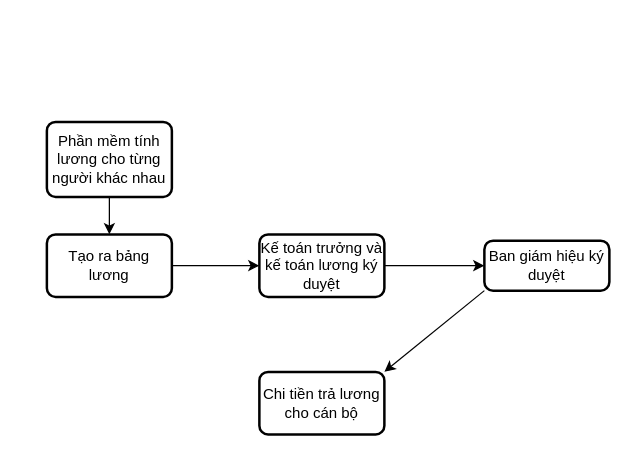
This is Lương.drawio from hype1524/Test, a draw.io file, before an edit. Source tidied: cells renumbered, new cells numbered last; positions are measured from the earlier drawing's top-left corner, leaving out a move shared by most shapes. Both pictures are drawn from the tidied source at 125%, with x=0, y=0 at pixel (46, 121).
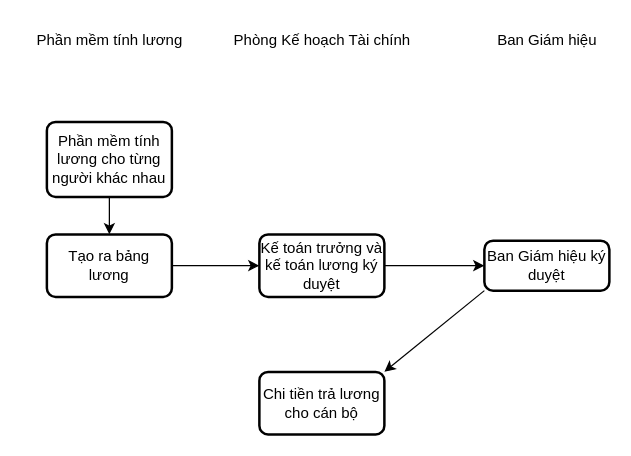
After the change.

Change to the diagram source:
```diff
@@
 <mxGraphModel>
   <root>
     <mxCell id="0" />
     <mxCell id="1" parent="0" />
     <mxCell id="2" value="Phần mềm tính lương cho từng người khác nhau" style="rounded=1;whiteSpace=wrap;html=1;absoluteArcSize=1;arcSize=14;strokeWidth=2;" parent="1" vertex="1">
       <mxGeometry width="100" height="60" as="geometry" />
     </mxCell>
     <mxCell id="3" value="Tạo ra bảng lương" style="rounded=1;whiteSpace=wrap;html=1;absoluteArcSize=1;arcSize=14;strokeWidth=2;" parent="1" vertex="1">
       <mxGeometry y="90" width="100" height="50" as="geometry" />
     </mxCell>
     <mxCell id="4" style="endArrow=classic;html=1;rounded=0;exitX=0.5;exitY=1;exitDx=0;exitDy=0;" parent="1" edge="1" source="2" target="3">
       <mxGeometry relative="1" as="geometry" />
     </mxCell>
-    <mxCell id="5" value="Ban giám hiệu ký duyệt" style="rounded=1;whiteSpace=wrap;html=1;absoluteArcSize=1;arcSize=14;strokeWidth=2;" parent="1" vertex="1">
+    <mxCell id="5" value="Ban Giám hiệu ký duyệt" style="rounded=1;whiteSpace=wrap;html=1;absoluteArcSize=1;arcSize=14;strokeWidth=2;" parent="1" vertex="1">
       <mxGeometry x="350" y="95" width="100" height="40" as="geometry" />
     </mxCell>
     <mxCell id="6" value="Kế toán trưởng và kế toán lương ký duyệt" style="rounded=1;whiteSpace=wrap;html=1;absoluteArcSize=1;arcSize=14;strokeWidth=2;" parent="1" vertex="1">
       <mxGeometry x="170" y="90" width="100" height="50" as="geometry" />
     </mxCell>
     <mxCell id="7" style="endArrow=classic;html=1;rounded=0;exitX=1;exitY=0.5;exitDx=0;exitDy=0;" parent="1" edge="1" source="3" target="6">
       <mxGeometry relative="1" as="geometry" />
     </mxCell>
     <mxCell id="8" style="endArrow=classic;html=1;rounded=0;exitX=1;exitY=0.5;exitDx=0;exitDy=0;entryX=0;entryY=0.5;entryDx=0;entryDy=0;" parent="1" edge="1" source="6" target="5">
       <mxGeometry relative="1" as="geometry" />
     </mxCell>
     <mxCell id="9" value="Chi tiền trả lương cho cán bộ" style="rounded=1;whiteSpace=wrap;html=1;absoluteArcSize=1;arcSize=14;strokeWidth=2;" parent="1" vertex="1">
       <mxGeometry x="170" y="200" width="100" height="50" as="geometry" />
     </mxCell>
     <mxCell id="10" style="endArrow=classic;html=1;rounded=0;exitX=0;exitY=1;exitDx=0;exitDy=0;entryX=1;entryY=0;entryDx=0;entryDy=0;" parent="1" edge="1" source="5" target="9">
       <mxGeometry relative="1" as="geometry" />
     </mxCell>
+    <mxCell id="11" value="Phần mềm tính lương" style="text;html=1;align=center;verticalAlign=middle;strokeColor=none;fillColor=none;" parent="1" vertex="1">
+      <mxGeometry x="-20" y="-80" width="140" height="30" as="geometry" />
+    </mxCell>
+    <mxCell id="12" value="Phòng Kế hoạch Tài chính" style="text;html=1;align=center;verticalAlign=middle;strokeColor=none;fillColor=none;" parent="1" vertex="1">
+      <mxGeometry x="140" y="-80" width="160" height="30" as="geometry" />
+    </mxCell>
+    <mxCell id="13" value="Ban Giám hiệu" style="text;html=1;align=center;verticalAlign=middle;strokeColor=none;fillColor=none;" parent="1" vertex="1">
+      <mxGeometry x="350" y="-80" width="100" height="30" as="geometry" />
+    </mxCell>
   </root>
 </mxGraphModel>
```
